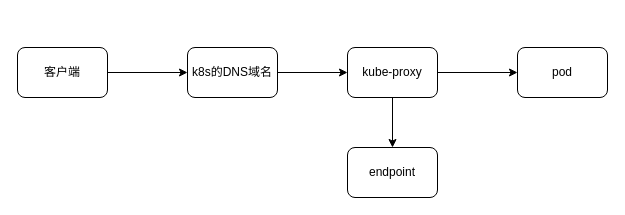
Above: kubernetes/kube-proxy链路.drawio in buxiangchixiangcai/draw (draw.io), before the change. Source tidied: cells renumbered, new cells numbered last; positions are measured from the earlier drawing's top-left corner, leaving out a move shared by most shapes. Both pictures are drawn from the tidied source at 100%, with x=0, y=0 at pixel (17, 47).
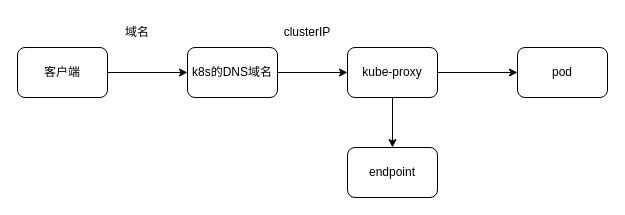
After the change.

What changed in the source:
```diff
@@
 <mxGraphModel>
   <root>
     <mxCell id="0" />
     <mxCell id="1" parent="0" />
     <mxCell id="2" style="edgeStyle=orthogonalEdgeStyle;rounded=0;jettySize=auto;html=1;" parent="1" edge="1" source="3" target="5">
       <mxGeometry relative="1" as="geometry" />
     </mxCell>
     <mxCell id="3" value="客户端" style="rounded=1;whiteSpace=wrap;html=1;" parent="1" vertex="1">
       <mxGeometry width="90" height="50" as="geometry" />
     </mxCell>
     <mxCell id="4" style="edgeStyle=orthogonalEdgeStyle;rounded=0;jettySize=auto;html=1;" parent="1" edge="1" source="5" target="8">
       <mxGeometry relative="1" as="geometry" />
     </mxCell>
     <mxCell id="5" value="k8s的DNS域名" style="rounded=1;whiteSpace=wrap;html=1;" parent="1" vertex="1">
       <mxGeometry x="170" width="90" height="50" as="geometry" />
     </mxCell>
     <mxCell id="6" style="edgeStyle=orthogonalEdgeStyle;rounded=0;jettySize=auto;html=1;" parent="1" edge="1" source="8" target="9">
       <mxGeometry relative="1" as="geometry" />
     </mxCell>
     <mxCell id="7" style="edgeStyle=orthogonalEdgeStyle;rounded=0;jettySize=auto;html=1;" parent="1" edge="1" source="8" target="10">
       <mxGeometry relative="1" as="geometry" />
     </mxCell>
     <mxCell id="8" value="kube-proxy" style="rounded=1;whiteSpace=wrap;html=1;" parent="1" vertex="1">
       <mxGeometry x="330" width="90" height="50" as="geometry" />
     </mxCell>
     <mxCell id="9" value="endpoint" style="rounded=1;whiteSpace=wrap;html=1;" parent="1" vertex="1">
       <mxGeometry x="330" y="100" width="90" height="50" as="geometry" />
     </mxCell>
     <mxCell id="10" value="pod" style="rounded=1;whiteSpace=wrap;html=1;" parent="1" vertex="1">
       <mxGeometry x="500" width="90" height="50" as="geometry" />
     </mxCell>
+    <mxCell id="11" value="域名" style="text;html=1;align=center;verticalAlign=middle;whiteSpace=wrap;rounded=0;" parent="1" vertex="1">
+      <mxGeometry x="90" y="-30" width="60" height="30" as="geometry" />
+    </mxCell>
+    <mxCell id="12" value="clusterIP" style="text;html=1;align=center;verticalAlign=middle;whiteSpace=wrap;rounded=0;" parent="1" vertex="1">
+      <mxGeometry x="260" y="-30" width="60" height="30" as="geometry" />
+    </mxCell>
   </root>
 </mxGraphModel>
```
